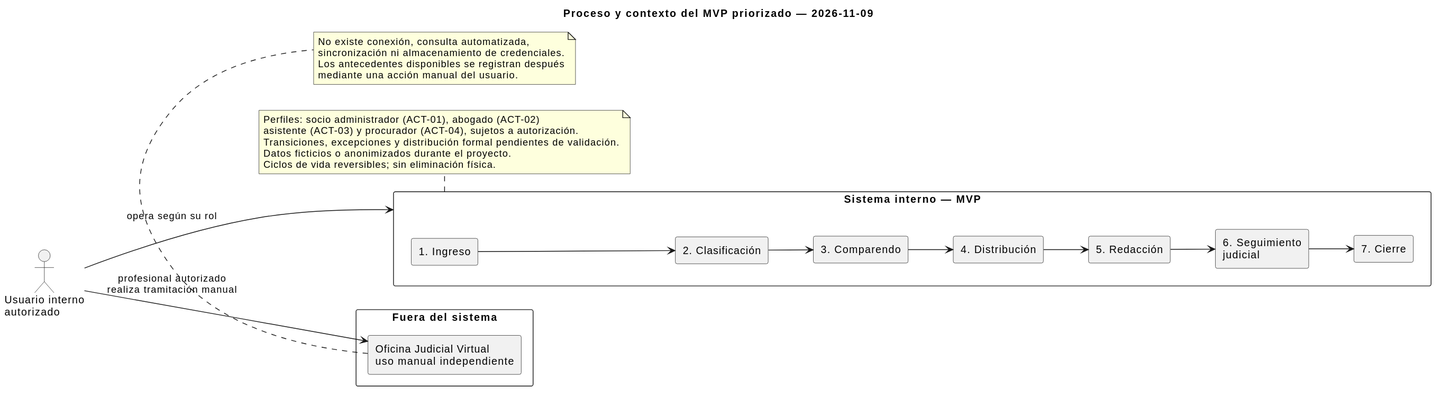
This is docs/diagrams/rendered/mvp-process-context.svg from DerSarco/sistema-gestion-casos-juridicos, a PlantUML export, as it was before one commit.
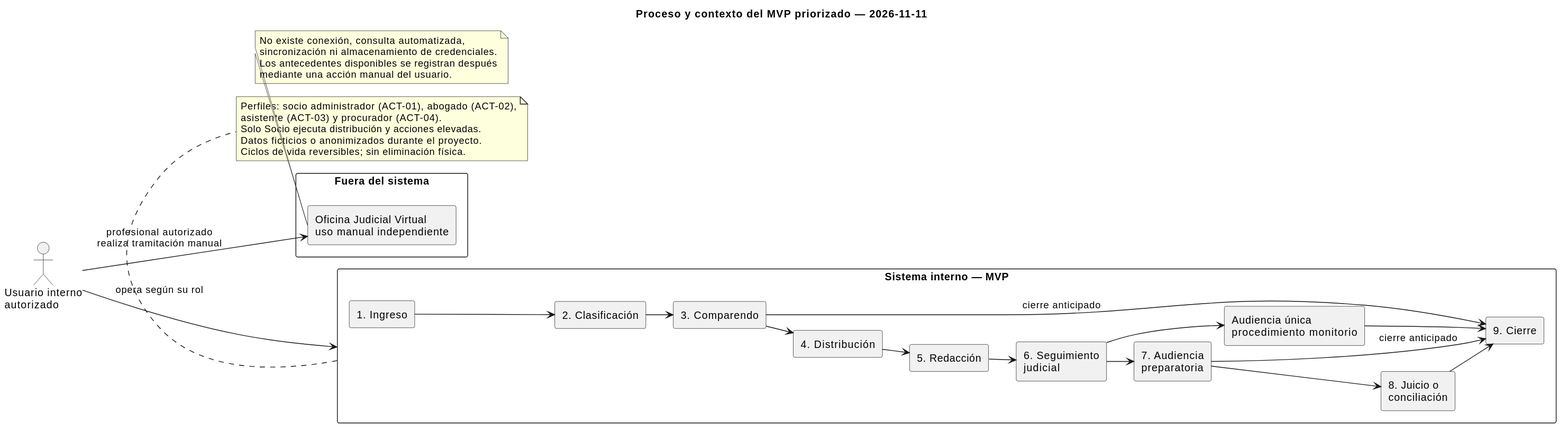
Later version of the same file.

What changed in the source:
```diff
@@ -3,7 +3,7 @@
 skinparam shadowing false
 skinparam packageStyle rectangle
 left to right direction
-title Proceso y contexto del MVP priorizado — 2026-11-09
+title Proceso y contexto del MVP priorizado — 2026-11-11
 
 actor "Usuario interno\nautorizado" as User
 
@@ -14,13 +14,22 @@
   rectangle "4. Distribución" as Distribute
   rectangle "5. Redacción" as Draft
   rectangle "6. Seguimiento\njudicial" as Track
-  rectangle "7. Cierre" as Close
+  rectangle "7. Audiencia\npreparatoria" as Prep
+  rectangle "8. Juicio o\nconciliación" as Trial
+  rectangle "Audiencia única\nprocedimiento monitorio" as Single
+  rectangle "9. Cierre" as Close
   Intake --> Classify
   Classify --> Hearing
   Hearing --> Distribute
   Distribute --> Draft
   Draft --> Track
-  Track --> Close
+  Track --> Prep
+  Prep --> Trial
+  Track --> Single
+  Trial --> Close
+  Single --> Close
+  Hearing --> Close : cierre anticipado
+  Prep --> Close : cierre anticipado
 }
 
 User --> System : opera según su rol
@@ -31,9 +40,9 @@
 User --> OJV : profesional autorizado\nrealiza tramitación manual
 
 note bottom of System
-  Perfiles: socio administrador (ACT-01), abogado (ACT-02)
-  asistente (ACT-03) y procurador (ACT-04), sujetos a autorización.
-  Transiciones, excepciones y distribución formal pendientes de validación.
+  Perfiles: socio administrador (ACT-01), abogado (ACT-02),
+  asistente (ACT-03) y procurador (ACT-04).
+  Solo Socio ejecuta distribución y acciones elevadas.
   Datos ficticios o anonimizados durante el proyecto.
   Ciclos de vida reversibles; sin eliminación física.
 end note
```
